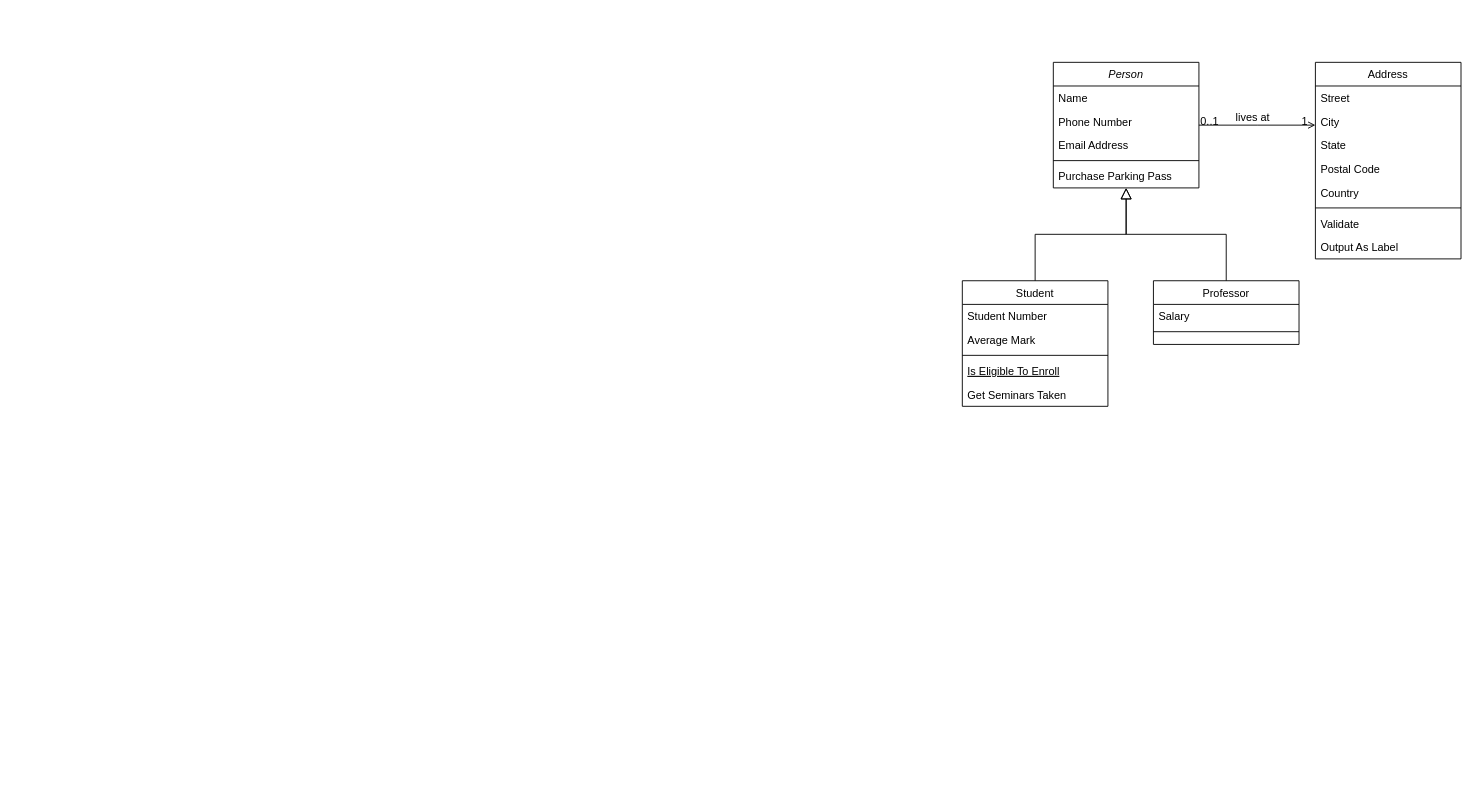
Before: Untitled Diagram.drawio in anouar36/CST_school, a draw.io diagram. Source tidied: cells renumbered, new cells numbered last; positions are measured from the earlier drawing's top-left corner, leaving out a move shared by most shapes. Both pictures are drawn from the tidied source at 91%, with x=0, y=0 at pixel (962, 62).
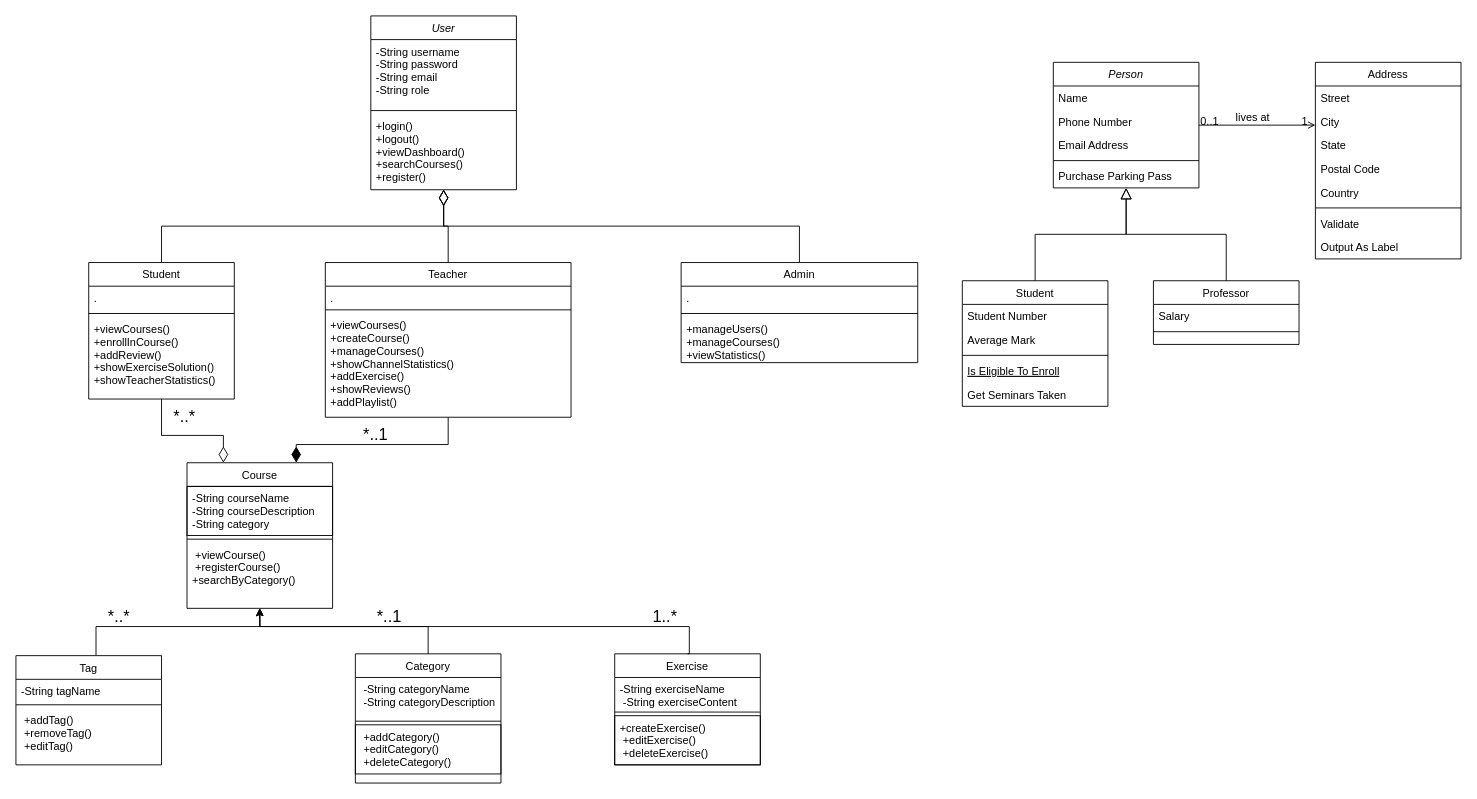
Above is the later version.

Commit message:
Update Untitled Diagram de class.drawio

The edit, as a diff of the source:
```diff
@@
+    <mxCell id="32" value="User" style="swimlane;fontStyle=2;align=center;verticalAlign=top;horizontal=1;startSize=26;rounded=0;shadow=0;strokeWidth=1;" parent="1" vertex="1">
+      <mxGeometry x="-650" y="-51" width="160" height="191" as="geometry" />
+    </mxCell>
+    <mxCell id="33" value="-String username&#10;-String password&#10;-String email&#10;-String role&#10;" style="text;align=left;verticalAlign=top;spacingLeft=4;spacingRight=4;overflow=hidden;" parent="32" vertex="1">
+      <mxGeometry y="26" width="160" height="74" as="geometry" />
+    </mxCell>
+    <mxCell id="34" style="line;html=1;strokeWidth=1;align=left;verticalAlign=middle;spacingTop=-1;spacingLeft=3;spacingRight=3;labelPosition=right;" parent="32" vertex="1">
+      <mxGeometry y="100" width="160" height="8" as="geometry" />
+    </mxCell>
+    <mxCell id="35" value="+login()&#10;+logout()&#10;+viewDashboard()&#10;+searchCourses()&#10;+register()" style="text;align=left;verticalAlign=top;spacingLeft=4;spacingRight=4;overflow=hidden;" parent="32" vertex="1">
+      <mxGeometry y="108" width="160" height="82" as="geometry" />
+    </mxCell>
+    <mxCell id="36" value="Student" style="swimlane;fontStyle=0;align=center;verticalAlign=top;horizontal=1;startSize=26;rounded=0;shadow=0;strokeWidth=1;" parent="1" vertex="1">
+      <mxGeometry x="-960" y="220" width="160" height="150" as="geometry" />
+    </mxCell>
+    <mxCell id="37" value="." style="text;align=left;verticalAlign=top;spacingLeft=4;spacingRight=4;overflow=hidden;" parent="36" vertex="1">
+      <mxGeometry y="26" width="160" height="26" as="geometry" />
+    </mxCell>
+    <mxCell id="38" style="line;html=1;strokeWidth=1;align=left;verticalAlign=middle;spacingTop=-1;spacingLeft=3;spacingRight=3;labelPosition=right;" parent="36" vertex="1">
+      <mxGeometry y="52" width="160" height="8" as="geometry" />
+    </mxCell>
+    <mxCell id="39" value="+viewCourses()&#10;+enrollInCourse()&#10;+addReview()&#10;+showExerciseSolution()&#10;+showTeacherStatistics()" style="text;align=left;verticalAlign=top;spacingLeft=4;spacingRight=4;overflow=hidden;" parent="36" vertex="1">
+      <mxGeometry y="60" width="160" height="90" as="geometry" />
+    </mxCell>
+    <mxCell id="40" style="endArrow=diamondThin;endSize=15;endFill=0;shadow=0;strokeWidth=1;rounded=0;curved=0;edgeStyle=elbowEdgeStyle;elbow=vertical;" parent="1" edge="1" source="36" target="32">
+      <mxGeometry relative="1" as="geometry" />
+    </mxCell>
+    <mxCell id="41" value="Teacher" style="swimlane;fontStyle=0;align=center;verticalAlign=top;horizontal=1;startSize=26;rounded=0;shadow=0;strokeWidth=1;" parent="1" vertex="1">
+      <mxGeometry x="-700" y="220" width="270" height="170" as="geometry" />
+    </mxCell>
+    <mxCell id="42" value="." style="text;align=left;verticalAlign=top;spacingLeft=4;spacingRight=4;overflow=hidden;" parent="41" vertex="1">
+      <mxGeometry y="26" width="270" height="22" as="geometry" />
+    </mxCell>
+    <mxCell id="43" style="line;html=1;strokeWidth=1;align=left;verticalAlign=middle;spacingTop=-1;spacingLeft=3;spacingRight=3;labelPosition=right;" parent="41" vertex="1">
+      <mxGeometry y="48" width="270" height="8" as="geometry" />
+    </mxCell>
+    <mxCell id="44" value="+viewCourses()&#10;+createCourse()&#10;+manageCourses()&#10;+showChannelStatistics()&#10;+addExercise()&#10;+showReviews()&#10;+addPlaylist()" style="text;align=left;verticalAlign=top;spacingLeft=4;spacingRight=4;overflow=hidden;" parent="41" vertex="1">
+      <mxGeometry y="56" width="270" height="114" as="geometry" />
+    </mxCell>
+    <mxCell id="45" style="endArrow=diamondThin;endSize=15;endFill=0;shadow=0;strokeWidth=1;rounded=0;curved=0;edgeStyle=elbowEdgeStyle;elbow=vertical;" parent="1" edge="1" source="41" target="32">
+      <mxGeometry relative="1" as="geometry" />
+    </mxCell>
+    <mxCell id="46" value="Course" style="swimlane;fontStyle=0;align=center;verticalAlign=top;horizontal=1;startSize=26;rounded=0;shadow=0;strokeWidth=1;" parent="1" vertex="1">
+      <mxGeometry x="-852" y="440" width="160" height="160" as="geometry" />
+    </mxCell>
+    <mxCell id="47" value="-String courseName&#10;-String courseDescription&#10;-String category" style="text;align=left;verticalAlign=top;spacingLeft=4;spacingRight=4;overflow=hidden;strokeColor=default;" parent="46" vertex="1">
+      <mxGeometry y="26" width="160" height="54" as="geometry" />
+    </mxCell>
+    <mxCell id="48" style="line;html=1;strokeWidth=1;align=left;verticalAlign=middle;spacingTop=-1;spacingLeft=3;spacingRight=3;labelPosition=right;" parent="46" vertex="1">
+      <mxGeometry y="80" width="160" height="8" as="geometry" />
+    </mxCell>
+    <mxCell id="49" value=" +viewCourse()&#10; +registerCourse()&#10;+searchByCategory()" style="text;align=left;verticalAlign=top;spacingLeft=4;spacingRight=4;overflow=hidden;" parent="46" vertex="1">
+      <mxGeometry y="88" width="160" height="52" as="geometry" />
+    </mxCell>
+    <mxCell id="50" style="endArrow=diamondThin;shadow=0;strokeWidth=1;rounded=0;curved=0;endFill=0;edgeStyle=elbowEdgeStyle;elbow=vertical;exitX=0.5;exitY=1;exitDx=0;exitDy=0;entryX=0.25;entryY=0;entryDx=0;entryDy=0;jumpSize=0;sourcePerimeterSpacing=0;startSize=4;endSize=15;" parent="1" edge="1" source="36" target="46">
+      <mxGeometry x="0.5" y="41" relative="1" as="geometry">
+        <Array as="points">
+          <mxPoint x="-840" y="410" />
+        </Array>
+        <mxPoint x="-40" y="32" as="offset" />
+      </mxGeometry>
+    </mxCell>
+    <mxCell id="51" value="Admin" style="swimlane;fontStyle=0;align=center;verticalAlign=top;horizontal=1;startSize=26;rounded=0;shadow=0;strokeWidth=1;" parent="1" vertex="1">
+      <mxGeometry x="-309" y="220" width="260" height="110" as="geometry" />
+    </mxCell>
+    <mxCell id="52" value="." style="text;align=left;verticalAlign=top;spacingLeft=4;spacingRight=4;overflow=hidden;" parent="51" vertex="1">
+      <mxGeometry y="26" width="260" height="26" as="geometry" />
+    </mxCell>
+    <mxCell id="53" style="line;html=1;strokeWidth=1;align=left;verticalAlign=middle;spacingTop=-1;spacingLeft=3;spacingRight=3;labelPosition=right;" parent="51" vertex="1">
+      <mxGeometry y="52" width="260" height="8" as="geometry" />
+    </mxCell>
+    <mxCell id="54" value="+manageUsers()&#10;+manageCourses()&#10;+viewStatistics()" style="text;align=left;verticalAlign=top;spacingLeft=4;spacingRight=4;overflow=hidden;" parent="51" vertex="1">
+      <mxGeometry y="60" width="260" height="50" as="geometry" />
+    </mxCell>
+    <mxCell id="55" style="endArrow=diamondThin;endSize=15;endFill=0;shadow=0;strokeWidth=1;rounded=0;curved=0;edgeStyle=elbowEdgeStyle;elbow=vertical;" parent="1" edge="1" source="51">
+      <mxGeometry relative="1" as="geometry">
+        <mxPoint x="-570" y="140" as="targetPoint" />
+      </mxGeometry>
+    </mxCell>
+    <mxCell id="56" style="endArrow=diamondThin;shadow=0;strokeWidth=1;rounded=0;curved=0;endFill=1;edgeStyle=elbowEdgeStyle;elbow=vertical;exitX=0.5;exitY=1;exitDx=0;exitDy=0;entryX=0.75;entryY=0;entryDx=0;entryDy=0;endSize=15;" parent="1" edge="1" source="41" target="46">
+      <mxGeometry x="0.5" y="41" relative="1" as="geometry">
+        <Array as="points">
+          <mxPoint x="-650" y="420" />
+          <mxPoint x="-690" y="580" />
+        </Array>
+        <mxPoint x="-40" y="32" as="offset" />
+      </mxGeometry>
+    </mxCell>
+    <mxCell id="57" value="Tag" style="swimlane;fontStyle=0;align=center;verticalAlign=top;horizontal=1;startSize=26;rounded=0;shadow=0;strokeWidth=1;" parent="1" vertex="1">
+      <mxGeometry x="-1040" y="652" width="160" height="120" as="geometry" />
+    </mxCell>
+    <mxCell id="58" value="-String tagName" style="text;align=left;verticalAlign=top;spacingLeft=4;spacingRight=4;overflow=hidden;" parent="57" vertex="1">
+      <mxGeometry y="26" width="160" height="24" as="geometry" />
+    </mxCell>
+    <mxCell id="59" style="line;html=1;strokeWidth=1;align=left;verticalAlign=middle;spacingTop=-1;spacingLeft=3;spacingRight=3;labelPosition=right;" parent="57" vertex="1">
+      <mxGeometry y="50" width="160" height="8" as="geometry" />
+    </mxCell>
+    <mxCell id="60" value=" +addTag()&#10; +removeTag()&#10; +editTag()" style="text;align=left;verticalAlign=top;spacingLeft=4;spacingRight=4;overflow=hidden;" parent="57" vertex="1">
+      <mxGeometry y="58" width="160" height="52" as="geometry" />
+    </mxCell>
+    <mxCell id="61" value="Category" style="swimlane;fontStyle=0;align=center;verticalAlign=top;horizontal=1;startSize=26;rounded=0;shadow=0;strokeWidth=1;" parent="1" vertex="1">
+      <mxGeometry x="-667" y="650" width="160" height="142" as="geometry" />
+    </mxCell>
+    <mxCell id="62" value=" -String categoryName&#10; -String categoryDescription" style="text;align=left;verticalAlign=top;spacingLeft=4;spacingRight=4;overflow=hidden;" parent="61" vertex="1">
+      <mxGeometry y="26" width="160" height="44" as="geometry" />
+    </mxCell>
+    <mxCell id="63" style="line;html=1;strokeWidth=1;align=left;verticalAlign=middle;spacingTop=-1;spacingLeft=3;spacingRight=3;labelPosition=right;" parent="61" vertex="1">
+      <mxGeometry y="70" width="160" height="8" as="geometry" />
+    </mxCell>
+    <mxCell id="64" value=" +addCategory()&#10; +editCategory()&#10; +deleteCategory()" style="text;align=left;verticalAlign=top;spacingLeft=4;spacingRight=4;overflow=hidden;strokeColor=default;" parent="61" vertex="1">
+      <mxGeometry y="78" width="160" height="54" as="geometry" />
+    </mxCell>
+    <mxCell id="65" style="edgeStyle=orthogonalEdgeStyle;rounded=0;jettySize=auto;html=1;entryX=0.5;entryY=1;entryDx=0;entryDy=0;" parent="1" edge="1" source="57" target="46">
+      <mxGeometry relative="1" as="geometry">
+        <Array as="points">
+          <mxPoint x="-952" y="620" />
+          <mxPoint x="-772" y="620" />
+        </Array>
+      </mxGeometry>
+    </mxCell>
+    <mxCell id="66" style="edgeStyle=orthogonalEdgeStyle;rounded=0;jettySize=auto;html=1;exitX=0.5;exitY=0;exitDx=0;exitDy=0;entryX=0.5;entryY=1;entryDx=0;entryDy=0;" parent="1" edge="1" source="61" target="46">
+      <mxGeometry relative="1" as="geometry">
+        <Array as="points">
+          <mxPoint x="-587" y="620" />
+          <mxPoint x="-772" y="620" />
+        </Array>
+      </mxGeometry>
+    </mxCell>
+    <mxCell id="67" value="&lt;font style=&quot;font-size: 18px;&quot;&gt;*..*&lt;/font&gt;" style="text;html=1;align=center;verticalAlign=middle;strokeColor=none;fillColor=none;strokeWidth=9;perimeterSpacing=6;" parent="1" vertex="1">
+      <mxGeometry x="-952" y="590" width="50" height="40" as="geometry" />
+    </mxCell>
+    <mxCell id="68" value="&lt;font style=&quot;font-size: 18px;&quot;&gt;*..1&lt;/font&gt;" style="text;html=1;align=center;verticalAlign=middle;strokeColor=none;fillColor=none;strokeWidth=9;perimeterSpacing=6;" parent="1" vertex="1">
+      <mxGeometry x="-655" y="590" width="50" height="40" as="geometry" />
+    </mxCell>
+    <mxCell id="69" value="&lt;font style=&quot;font-size: 18px;&quot;&gt;*..*&lt;/font&gt;" style="text;html=1;align=center;verticalAlign=middle;strokeColor=none;fillColor=none;strokeWidth=9;perimeterSpacing=6;" parent="1" vertex="1">
+      <mxGeometry x="-880" y="370" width="50" height="40" as="geometry" />
+    </mxCell>
+    <mxCell id="70" value="&lt;font style=&quot;font-size: 18px;&quot;&gt;*..1&lt;/font&gt;" style="text;html=1;align=center;verticalAlign=middle;strokeColor=none;fillColor=none;strokeWidth=9;perimeterSpacing=6;" parent="1" vertex="1">
+      <mxGeometry x="-670" y="390" width="50" height="40" as="geometry" />
+    </mxCell>
+    <mxCell id="71" value="Exercise" style="swimlane;fontStyle=0;align=center;verticalAlign=top;horizontal=1;startSize=26;rounded=0;shadow=0;strokeWidth=1;" parent="1" vertex="1">
+      <mxGeometry x="-382" y="650" width="160" height="122" as="geometry" />
+    </mxCell>
+    <mxCell id="72" value="-String exerciseName&#10; -String exerciseContent" style="text;align=left;verticalAlign=top;spacingLeft=4;spacingRight=4;overflow=hidden;" parent="71" vertex="1">
+      <mxGeometry y="26" width="160" height="34" as="geometry" />
+    </mxCell>
+    <mxCell id="73" style="line;html=1;strokeWidth=1;align=left;verticalAlign=middle;spacingTop=-1;spacingLeft=3;spacingRight=3;labelPosition=right;" parent="71" vertex="1">
+      <mxGeometry y="60" width="160" height="8" as="geometry" />
+    </mxCell>
+    <mxCell id="74" value="+createExercise()&#10; +editExercise()&#10; +deleteExercise()" style="text;align=left;verticalAlign=top;spacingLeft=4;spacingRight=4;overflow=hidden;strokeColor=default;" parent="71" vertex="1">
+      <mxGeometry y="68" width="160" height="54" as="geometry" />
+    </mxCell>
+    <mxCell id="75" style="edgeStyle=orthogonalEdgeStyle;rounded=0;jettySize=auto;html=1;exitX=0.5;exitY=0;exitDx=0;exitDy=0;" parent="1" edge="1" source="71">
+      <mxGeometry relative="1" as="geometry">
+        <mxPoint x="-772" y="600" as="targetPoint" />
+        <Array as="points">
+          <mxPoint x="-300" y="620" />
+          <mxPoint x="-772" y="620" />
+        </Array>
+      </mxGeometry>
+    </mxCell>
+    <mxCell id="76" value="&lt;font style=&quot;font-size: 18px;&quot;&gt;1..*&lt;/font&gt;" style="text;html=1;align=center;verticalAlign=middle;strokeColor=none;fillColor=none;strokeWidth=9;perimeterSpacing=6;" parent="1" vertex="1">
+      <mxGeometry x="-352" y="590" width="50" height="40" as="geometry" />
+    </mxCell>
```
